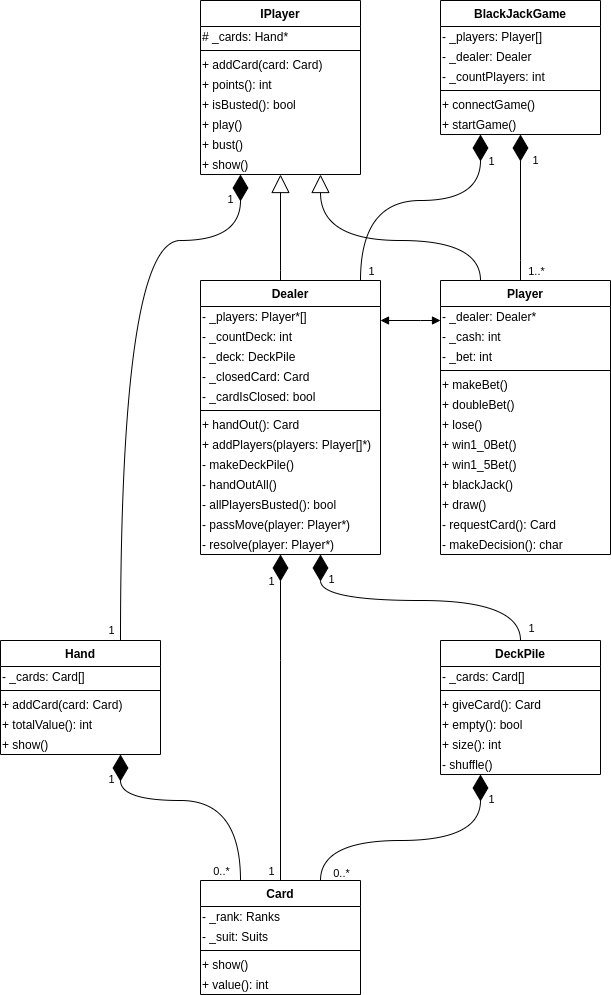
Before: UML/S1_baseOfGame_interfaces.png, a diagram exported from draw.io (MihaJjDa/BlackJack). Source tidied: cells renumbered, new cells last; positions are measured from the earlier drawing's top-left corner, leaving out a move shared by most shapes.
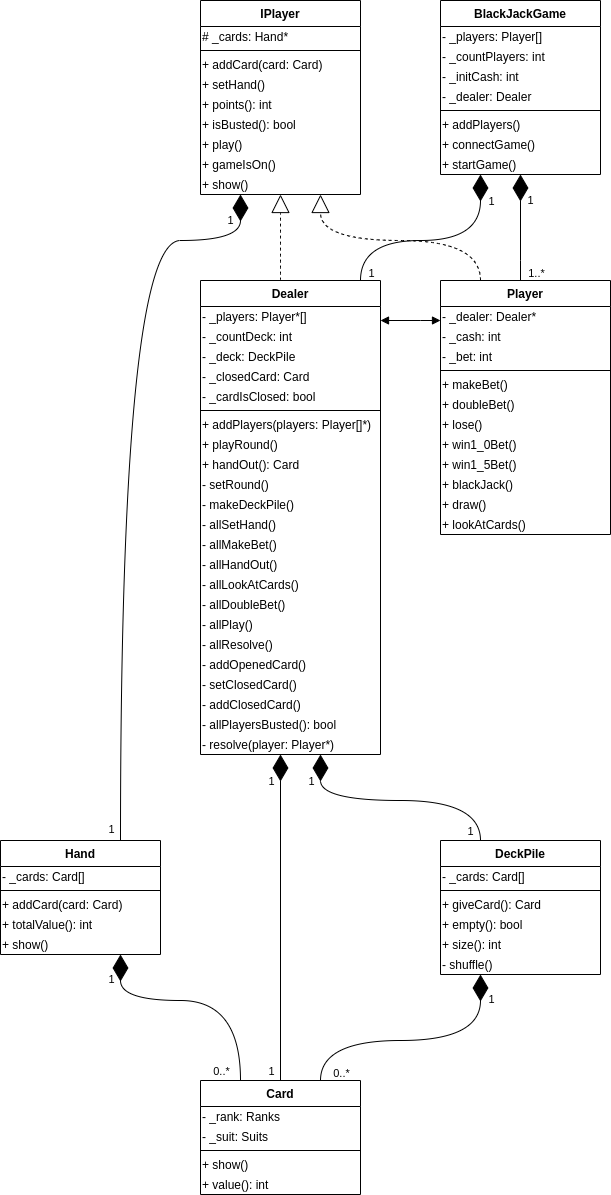
After the commit.

Change to the diagram source:
```diff
@@ -2,7 +2,7 @@
   <root>
     <mxCell id="0" />
     <mxCell id="1" parent="0" />
-    <mxCell id="2" style="endArrow=block;endSize=16;endFill=0;html=1;edgeStyle=orthogonalEdgeStyle;curved=1;" parent="1" edge="1" source="39" target="23">
+    <mxCell id="2" style="endArrow=block;endSize=16;endFill=0;html=1;edgeStyle=orthogonalEdgeStyle;curved=1;dashed=1;" parent="1" edge="1" source="39" target="23">
       <mxGeometry relative="1" as="geometry">
         <Array as="points">
           <mxPoint x="280" y="270" />
@@ -11,7 +11,7 @@
       </mxGeometry>
     </mxCell>
     <mxCell id="3" value="1" style="endArrow=diamondThin;endFill=1;endSize=24;html=1;edgeStyle=orthogonalEdgeStyle;curved=1;" parent="1" edge="1" source="53" target="32">
-      <mxGeometry x="0.64" y="-15" relative="1" as="geometry">
+      <mxGeometry x="0.51" y="-10" relative="1" as="geometry">
         <Array as="points">
           <mxPoint x="520" y="260" />
           <mxPoint x="520" y="260" />
@@ -26,32 +26,32 @@
     <mxCell id="5" style="endArrow=diamondThin;endFill=1;endSize=24;html=1;edgeStyle=orthogonalEdgeStyle;curved=1;" parent="1" edge="1" source="68" target="39">
       <mxGeometry relative="1" as="geometry">
         <Array as="points">
-          <mxPoint x="520" y="600" />
-          <mxPoint x="320" y="600" />
+          <mxPoint x="480" y="800" />
+          <mxPoint x="320" y="800" />
         </Array>
       </mxGeometry>
     </mxCell>
     <mxCell id="6" value="1" style="edgeLabel;html=1;align=center;verticalAlign=middle;" parent="5" vertex="1">
       <mxGeometry x="0.86" y="1" relative="1" as="geometry">
-        <mxPoint x="11" y="3.5" as="offset" />
+        <mxPoint x="-9" y="8" as="offset" />
       </mxGeometry>
     </mxCell>
     <mxCell id="7" value="1" style="edgeLabel;html=1;align=center;verticalAlign=middle;" parent="5" vertex="1">
       <mxGeometry x="-0.87" y="-10" relative="1" as="geometry">
-        <mxPoint y="6" as="offset" />
+        <mxPoint x="-20.1" y="6" as="offset" />
       </mxGeometry>
     </mxCell>
     <mxCell id="8" style="endArrow=diamondThin;endFill=1;endSize=24;html=1;edgeStyle=orthogonalEdgeStyle;curved=1;" parent="1" edge="1" source="39" target="32">
       <mxGeometry relative="1" as="geometry">
         <Array as="points">
-          <mxPoint x="360" y="200" />
-          <mxPoint x="480" y="200" />
+          <mxPoint x="360" y="240" />
+          <mxPoint x="480" y="240" />
         </Array>
       </mxGeometry>
     </mxCell>
     <mxCell id="9" value="1" style="edgeLabel;html=1;align=center;verticalAlign=middle;" parent="8" vertex="1">
       <mxGeometry x="0.79" relative="1" as="geometry">
-        <mxPoint x="10" y="-2" as="offset" />
+        <mxPoint x="10" y="2.1" as="offset" />
       </mxGeometry>
     </mxCell>
     <mxCell id="10" value="1" style="edgeLabel;html=1;align=center;verticalAlign=middle;" parent="8" vertex="1">
@@ -60,7 +60,7 @@
       </mxGeometry>
     </mxCell>
     <mxCell id="11" value="1" style="endArrow=diamondThin;endFill=1;endSize=24;html=1;edgeStyle=orthogonalEdgeStyle;curved=1;" parent="1" edge="1" source="75" target="23">
-      <mxGeometry x="0.91" y="10" relative="1" as="geometry">
+      <mxGeometry x="0.93" y="10" relative="1" as="geometry">
         <Array as="points">
           <mxPoint x="120" y="240" />
           <mxPoint x="240" y="240" />
@@ -75,8 +75,8 @@
     <mxCell id="13" style="endArrow=diamondThin;endFill=1;endSize=24;html=1;edgeStyle=orthogonalEdgeStyle;curved=1;" parent="1" edge="1" source="81" target="75">
       <mxGeometry relative="1" as="geometry">
         <Array as="points">
-          <mxPoint x="240" y="800" />
-          <mxPoint x="120" y="800" />
+          <mxPoint x="240" y="1000" />
+          <mxPoint x="120" y="1000" />
         </Array>
       </mxGeometry>
     </mxCell>
@@ -111,8 +111,8 @@
     <mxCell id="19" style="endArrow=diamondThin;endFill=1;endSize=24;html=1;edgeStyle=orthogonalEdgeStyle;curved=1;" parent="1" edge="1" source="81" target="68">
       <mxGeometry relative="1" as="geometry">
         <Array as="points">
-          <mxPoint x="320" y="840" />
-          <mxPoint x="480" y="840" />
+          <mxPoint x="320" y="1040" />
+          <mxPoint x="480" y="1040" />
         </Array>
       </mxGeometry>
     </mxCell>
@@ -126,7 +126,7 @@
         <mxPoint x="15" y="6" as="offset" />
       </mxGeometry>
     </mxCell>
-    <mxCell id="22" style="endArrow=block;endSize=16;endFill=0;html=1;edgeStyle=orthogonalEdgeStyle;curved=1;" parent="1" edge="1" source="53" target="23">
+    <mxCell id="22" style="endArrow=block;endSize=16;endFill=0;html=1;edgeStyle=orthogonalEdgeStyle;curved=1;dashed=1;" parent="1" edge="1" source="53" target="23">
       <mxGeometry relative="1" as="geometry">
         <Array as="points">
           <mxPoint x="480" y="240" />
@@ -135,7 +135,7 @@
       </mxGeometry>
     </mxCell>
     <mxCell id="23" value="IPlayer" style="swimlane;fontStyle=1;align=center;verticalAlign=top;horizontal=1;startSize=26;" parent="1" vertex="1">
-      <mxGeometry x="200" width="160" height="174" as="geometry" />
+      <mxGeometry x="200" width="160" height="194" as="geometry" />
     </mxCell>
     <mxCell id="24" value="# _cards: Hand*" style="text;html=1;align=left;verticalAlign=middle;" parent="23" vertex="1">
       <mxGeometry y="26" width="160" height="20" as="geometry" />
@@ -146,44 +146,53 @@
     <mxCell id="26" value="+ addCard(card: Card)" style="text;html=1;align=left;verticalAlign=middle;" parent="23" vertex="1">
       <mxGeometry y="54" width="160" height="20" as="geometry" />
     </mxCell>
+    <mxCell id="87" value="+ setHand()" style="text;html=1;align=left;verticalAlign=middle;" parent="23" vertex="1">
+      <mxGeometry y="74" width="160" height="20" as="geometry" />
+    </mxCell>
     <mxCell id="27" value="+ points(): int" style="text;html=1;align=left;verticalAlign=middle;" parent="23" vertex="1">
-      <mxGeometry y="74" width="160" height="20" as="geometry" />
+      <mxGeometry y="94" width="160" height="20" as="geometry" />
     </mxCell>
     <mxCell id="28" value="+ isBusted(): bool" style="text;html=1;align=left;verticalAlign=middle;" parent="23" vertex="1">
-      <mxGeometry y="94" width="160" height="20" as="geometry" />
+      <mxGeometry y="114" width="160" height="20" as="geometry" />
     </mxCell>
     <mxCell id="29" value="+ play()" style="text;html=1;align=left;verticalAlign=middle;" parent="23" vertex="1">
-      <mxGeometry y="114" width="160" height="20" as="geometry" />
+      <mxGeometry y="134" width="160" height="20" as="geometry" />
     </mxCell>
-    <mxCell id="30" value="+ bust()" style="text;html=1;align=left;verticalAlign=middle;" parent="23" vertex="1">
-      <mxGeometry y="134" width="160" height="20" as="geometry" />
+    <mxCell id="30" value="+ gameIsOn()" style="text;html=1;align=left;verticalAlign=middle;" parent="23" vertex="1">
+      <mxGeometry y="154" width="160" height="20" as="geometry" />
     </mxCell>
     <mxCell id="31" value="+ show()" style="text;html=1;align=left;verticalAlign=middle;" parent="23" vertex="1">
-      <mxGeometry y="154" width="160" height="20" as="geometry" />
+      <mxGeometry y="174" width="160" height="20" as="geometry" />
     </mxCell>
     <mxCell id="32" value="BlackJackGame" style="swimlane;fontStyle=1;align=center;verticalAlign=top;horizontal=1;startSize=26;" parent="1" vertex="1">
-      <mxGeometry x="440" width="160" height="134" as="geometry" />
+      <mxGeometry x="440" width="160" height="174" as="geometry" />
     </mxCell>
     <mxCell id="33" value="- _players: Player[]" style="text;html=1;align=left;verticalAlign=middle;" parent="32" vertex="1">
       <mxGeometry y="26" width="160" height="20" as="geometry" />
     </mxCell>
+    <mxCell id="35" value="- _countPlayers: int" style="text;html=1;align=left;verticalAlign=middle;" parent="32" vertex="1">
+      <mxGeometry y="46" width="160" height="20" as="geometry" />
+    </mxCell>
+    <mxCell id="88" value="- _initCash: int" style="text;html=1;align=left;verticalAlign=middle;" parent="32" vertex="1">
+      <mxGeometry y="66" width="160" height="20" as="geometry" />
+    </mxCell>
     <mxCell id="34" value="- _dealer: Dealer" style="text;html=1;align=left;verticalAlign=middle;" parent="32" vertex="1">
-      <mxGeometry y="46" width="160" height="20" as="geometry" />
+      <mxGeometry y="86" width="160" height="20" as="geometry" />
     </mxCell>
-    <mxCell id="35" value="- _countPlayers: int" style="text;html=1;align=left;verticalAlign=middle;" parent="32" vertex="1">
-      <mxGeometry y="66" width="160" height="20" as="geometry" />
-    </mxCell>
     <mxCell id="36" style="line;strokeWidth=1;fillColor=none;align=left;verticalAlign=middle;spacingTop=-1;spacingLeft=3;spacingRight=3;labelPosition=right;" parent="32" vertex="1">
-      <mxGeometry y="86" width="160" height="8" as="geometry" />
+      <mxGeometry y="106" width="160" height="8" as="geometry" />
     </mxCell>
+    <mxCell id="89" value="+ addPlayers()" style="text;html=1;align=left;verticalAlign=middle;" parent="32" vertex="1">
+      <mxGeometry y="114" width="160" height="20" as="geometry" />
+    </mxCell>
     <mxCell id="37" value="+ connectGame()" style="text;html=1;align=left;verticalAlign=middle;" parent="32" vertex="1">
-      <mxGeometry y="94" width="160" height="20" as="geometry" />
+      <mxGeometry y="134" width="160" height="20" as="geometry" />
     </mxCell>
     <mxCell id="38" value="+ startGame()" style="text;html=1;align=left;verticalAlign=middle;" parent="32" vertex="1">
-      <mxGeometry y="114" width="160" height="20" as="geometry" />
+      <mxGeometry y="154" width="160" height="20" as="geometry" />
     </mxCell>
     <mxCell id="39" value="Dealer" style="swimlane;fontStyle=1;align=center;verticalAlign=top;horizontal=1;startSize=26;" parent="1" vertex="1">
-      <mxGeometry x="200" y="280" width="180" height="274" as="geometry" />
+      <mxGeometry x="200" y="280" width="180" height="474" as="geometry" />
     </mxCell>
     <mxCell id="40" value="- _players: Player*[]" style="text;html=1;align=left;verticalAlign=middle;" parent="39" vertex="1">
       <mxGeometry y="26" width="180" height="20" as="geometry" />
@@ -203,29 +212,59 @@
     <mxCell id="45" style="line;strokeWidth=1;fillColor=none;align=left;verticalAlign=middle;spacingTop=-1;spacingLeft=3;spacingRight=3;labelPosition=right;" parent="39" vertex="1">
       <mxGeometry y="126" width="180" height="8" as="geometry" />
     </mxCell>
+    <mxCell id="47" value="+ addPlayers(players: Player[]*)" style="text;html=1;align=left;verticalAlign=middle;" parent="39" vertex="1">
+      <mxGeometry y="134" width="180" height="20" as="geometry" />
+    </mxCell>
+    <mxCell id="90" value="+ playRound()" style="text;html=1;align=left;verticalAlign=middle;" parent="39" vertex="1">
+      <mxGeometry y="154" width="180" height="20" as="geometry" />
+    </mxCell>
     <mxCell id="46" value="+ handOut(): Card" style="text;html=1;align=left;verticalAlign=middle;" parent="39" vertex="1">
-      <mxGeometry y="134" width="180" height="20" as="geometry" />
+      <mxGeometry y="174" width="180" height="20" as="geometry" />
     </mxCell>
-    <mxCell id="47" value="+ addPlayers(players: Player[]*)" style="text;html=1;align=left;verticalAlign=middle;" parent="39" vertex="1">
-      <mxGeometry y="154" width="180" height="20" as="geometry" />
-    </mxCell>
+    <mxCell id="91" value="- setRound()" style="text;html=1;align=left;verticalAlign=middle;" parent="39" vertex="1">
+      <mxGeometry y="194" width="180" height="20" as="geometry" />
+    </mxCell>
     <mxCell id="48" value="- makeDeckPile()" style="text;html=1;align=left;verticalAlign=middle;" parent="39" vertex="1">
-      <mxGeometry y="174" width="180" height="20" as="geometry" />
+      <mxGeometry y="214" width="180" height="20" as="geometry" />
     </mxCell>
-    <mxCell id="49" value="- handOutAll()" style="text;html=1;align=left;verticalAlign=middle;" parent="39" vertex="1">
-      <mxGeometry y="194" width="180" height="20" as="geometry" />
+    <mxCell id="49" value="- allSetHand()" style="text;html=1;align=left;verticalAlign=middle;" parent="39" vertex="1">
+      <mxGeometry y="234" width="180" height="20" as="geometry" />
     </mxCell>
+    <mxCell id="92" value="- allMakeBet()" style="text;html=1;align=left;verticalAlign=middle;" parent="39" vertex="1">
+      <mxGeometry y="254" width="180" height="20" as="geometry" />
+    </mxCell>
+    <mxCell id="93" value="- allHandOut()" style="text;html=1;align=left;verticalAlign=middle;" parent="39" vertex="1">
+      <mxGeometry y="274" width="180" height="20" as="geometry" />
+    </mxCell>
+    <mxCell id="94" value="- allLookAtCards()" style="text;html=1;align=left;verticalAlign=middle;" parent="39" vertex="1">
+      <mxGeometry y="294" width="180" height="20" as="geometry" />
+    </mxCell>
+    <mxCell id="95" value="- allDoubleBet()" style="text;html=1;align=left;verticalAlign=middle;" parent="39" vertex="1">
+      <mxGeometry y="314" width="180" height="20" as="geometry" />
+    </mxCell>
+    <mxCell id="96" value="- allPlay()" style="text;html=1;align=left;verticalAlign=middle;" parent="39" vertex="1">
+      <mxGeometry y="334" width="180" height="20" as="geometry" />
+    </mxCell>
+    <mxCell id="97" value="- allResolve()" style="text;html=1;align=left;verticalAlign=middle;" parent="39" vertex="1">
+      <mxGeometry y="354" width="180" height="20" as="geometry" />
+    </mxCell>
+    <mxCell id="98" value="- addOpenedCard()" style="text;html=1;align=left;verticalAlign=middle;" parent="39" vertex="1">
+      <mxGeometry y="374" width="180" height="20" as="geometry" />
+    </mxCell>
+    <mxCell id="99" value="- setClosedCard()" style="text;html=1;align=left;verticalAlign=middle;" parent="39" vertex="1">
+      <mxGeometry y="394" width="180" height="20" as="geometry" />
+    </mxCell>
+    <mxCell id="100" value="- addClosedCard()" style="text;html=1;align=left;verticalAlign=middle;" parent="39" vertex="1">
+      <mxGeometry y="414" width="180" height="20" as="geometry" />
+    </mxCell>
     <mxCell id="50" value="- allPlayersBusted(): bool" style="text;html=1;align=left;verticalAlign=middle;" parent="39" vertex="1">
-      <mxGeometry y="214" width="180" height="20" as="geometry" />
+      <mxGeometry y="434" width="180" height="20" as="geometry" />
     </mxCell>
-    <mxCell id="51" value="- passMove(player: Player*)" style="text;html=1;align=left;verticalAlign=middle;" parent="39" vertex="1">
-      <mxGeometry y="234" width="180" height="20" as="geometry" />
-    </mxCell>
     <mxCell id="52" value="- resolve(player: Player*)" style="text;html=1;align=left;verticalAlign=middle;" parent="39" vertex="1">
-      <mxGeometry y="254" width="180" height="20" as="geometry" />
+      <mxGeometry y="454" width="180" height="20" as="geometry" />
     </mxCell>
     <mxCell id="53" value="Player" style="swimlane;fontStyle=1;align=center;verticalAlign=top;horizontal=1;startSize=26;" parent="1" vertex="1">
-      <mxGeometry x="440" y="280" width="170" height="274" as="geometry" />
+      <mxGeometry x="440" y="280" width="170" height="254" as="geometry" />
     </mxCell>
     <mxCell id="54" value="- _dealer: Dealer*" style="text;html=1;align=left;verticalAlign=middle;" parent="53" vertex="1">
       <mxGeometry y="26" width="170" height="20" as="geometry" />
@@ -260,12 +299,9 @@
     <mxCell id="64" value="+ draw()" style="text;html=1;align=left;verticalAlign=middle;" parent="53" vertex="1">
       <mxGeometry y="214" width="170" height="20" as="geometry" />
     </mxCell>
-    <mxCell id="65" value="- requestCard(): Card" style="text;html=1;align=left;verticalAlign=middle;" parent="53" vertex="1">
+    <mxCell id="65" value="+ lookAtCards()" style="text;html=1;align=left;verticalAlign=middle;" parent="53" vertex="1">
       <mxGeometry y="234" width="170" height="20" as="geometry" />
     </mxCell>
-    <mxCell id="66" value="- makeDecision(): char" style="text;html=1;align=left;verticalAlign=middle;" parent="53" vertex="1">
-      <mxGeometry y="254" width="170" height="20" as="geometry" />
-    </mxCell>
     <mxCell id="67" style="endArrow=block;startArrow=block;endFill=1;startFill=1;html=1;edgeStyle=orthogonalEdgeStyle;curved=1;" parent="1" edge="1" source="39" target="53">
       <mxGeometry relative="1" as="geometry">
         <Array as="points">
@@ -275,7 +311,7 @@
       </mxGeometry>
     </mxCell>
     <mxCell id="68" value="DeckPile" style="swimlane;fontStyle=1;align=center;verticalAlign=top;horizontal=1;startSize=26;" parent="1" vertex="1">
-      <mxGeometry x="440" y="640" width="160" height="134" as="geometry" />
+      <mxGeometry x="440" y="840" width="160" height="134" as="geometry" />
     </mxCell>
     <mxCell id="69" value="-&amp;nbsp;_cards: Card[]" style="text;html=1;align=left;verticalAlign=middle;" parent="68" vertex="1">
       <mxGeometry y="26" width="160" height="20" as="geometry" />
@@ -296,7 +332,7 @@
       <mxGeometry y="114" width="160" height="20" as="geometry" />
     </mxCell>
     <mxCell id="75" value="Hand" style="swimlane;fontStyle=1;align=center;verticalAlign=top;horizontal=1;startSize=26;" parent="1" vertex="1">
-      <mxGeometry y="640" width="160" height="114" as="geometry" />
+      <mxGeometry y="840" width="160" height="114" as="geometry" />
     </mxCell>
     <mxCell id="76" value="-&amp;nbsp;_cards: Card[]" style="text;html=1;align=left;verticalAlign=middle;" parent="75" vertex="1">
       <mxGeometry y="26" width="160" height="20" as="geometry" />
@@ -314,7 +350,7 @@
       <mxGeometry y="94" width="160" height="20" as="geometry" />
     </mxCell>
     <mxCell id="81" value="Card" style="swimlane;fontStyle=1;align=center;verticalAlign=top;horizontal=1;startSize=26;" parent="1" vertex="1">
-      <mxGeometry x="200" y="880" width="160" height="114" as="geometry" />
+      <mxGeometry x="200" y="1080" width="160" height="114" as="geometry" />
     </mxCell>
     <mxCell id="82" value="- _rank: Ranks" style="text;html=1;align=left;verticalAlign=middle;" parent="81" vertex="1">
       <mxGeometry y="26" width="160" height="20" as="geometry" />
```
